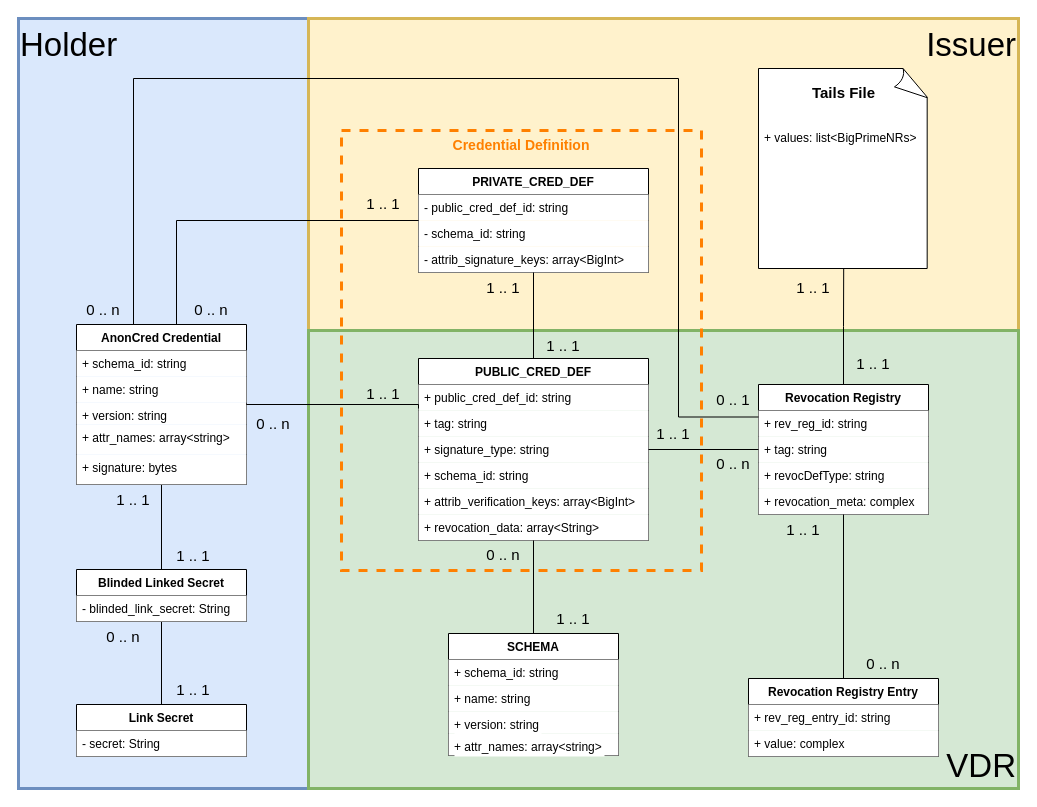
Before: spec/diagrams/anoncreds-visual-data-model-overview.drawio in hyperledger/anoncreds-spec, a draw.io diagram. Source tidied: cells renumbered, new cells numbered last; positions are measured from the earlier drawing's top-left corner, leaving out a move shared by most shapes. Both pictures are drawn from the tidied source at 100%, with x=0, y=0 at pixel (18, 18).
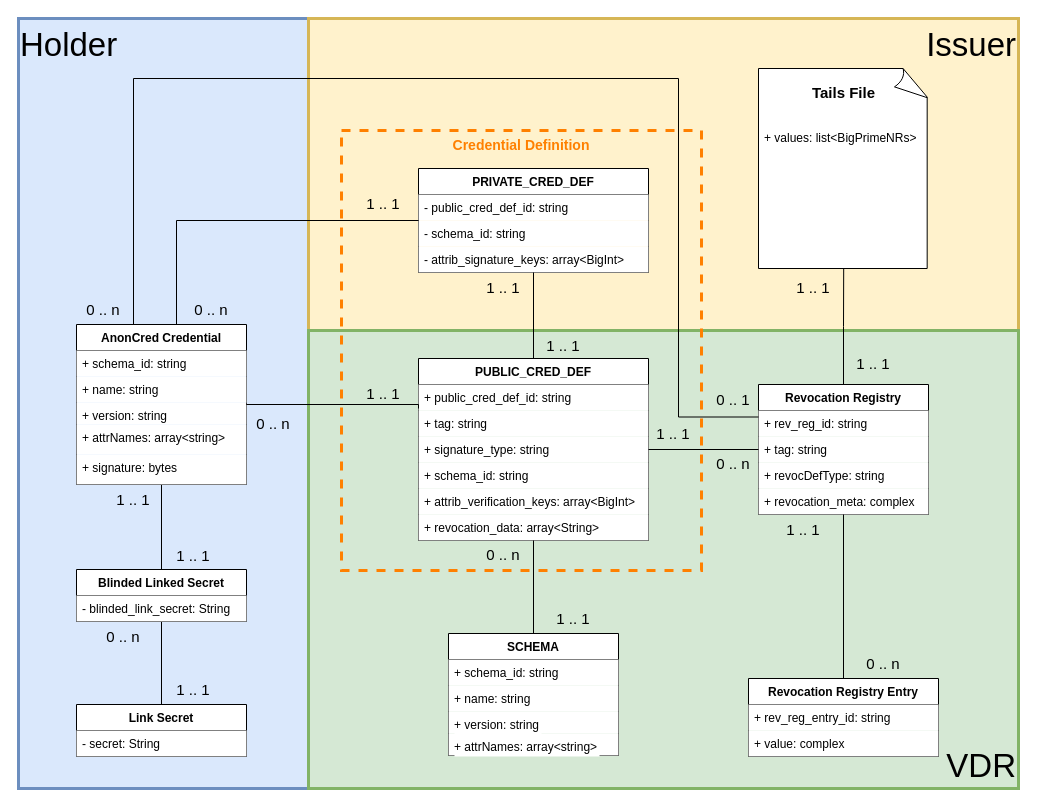
The same diagram, later.

Commit message (it also covers changes not shown here):
update schema model to camelCase

The change refers to these unchanged cells:
```xml
<mxCell id="5" value="SCHEMA" style="swimlane;fontStyle=1;horizontal=1;startSize=26;fillColor=#FFFFFF;labelBackgroundColor=#FFFFFF;" parent="1" vertex="1">
  <mxGeometry x="430" y="615" width="170" height="122" as="geometry" />
</mxCell>
<mxCell id="35" value="AnonCred Credential" style="swimlane;fontStyle=1;horizontal=1;startSize=26;fillColor=default;" parent="1" vertex="1">
  <mxGeometry x="58" y="306" width="170" height="160" as="geometry" />
</mxCell>
```

Change to the diagram source:
```diff
@@
-    <mxCell id="9" value="+ attr_names: array&lt;string&gt;" style="text;strokeColor=none;fillColor=#FFFFFF;align=left;verticalAlign=top;spacingLeft=4;spacingRight=4;overflow=hidden;labelBackgroundColor=#FFFFFF;" parent="5" vertex="1">
+    <mxCell id="9" value="+ attrNames: array&lt;string&gt;" style="text;strokeColor=none;fillColor=#FFFFFF;align=left;verticalAlign=top;spacingLeft=4;spacingRight=4;overflow=hidden;labelBackgroundColor=#FFFFFF;" parent="5" vertex="1">
       <mxGeometry y="100" width="170" height="22" as="geometry" />
     </mxCell>
@@
-    <mxCell id="39" value="+ attr_names: array&lt;string&gt;" style="text;strokeColor=none;fillColor=default;align=left;verticalAlign=top;spacingLeft=4;spacingRight=4;overflow=hidden;" parent="35" vertex="1">
+    <mxCell id="39" value="+ attrNames: array&lt;string&gt;" style="text;strokeColor=none;fillColor=default;align=left;verticalAlign=top;spacingLeft=4;spacingRight=4;overflow=hidden;" parent="35" vertex="1">
       <mxGeometry y="100" width="170" height="30" as="geometry" />
     </mxCell>
```
